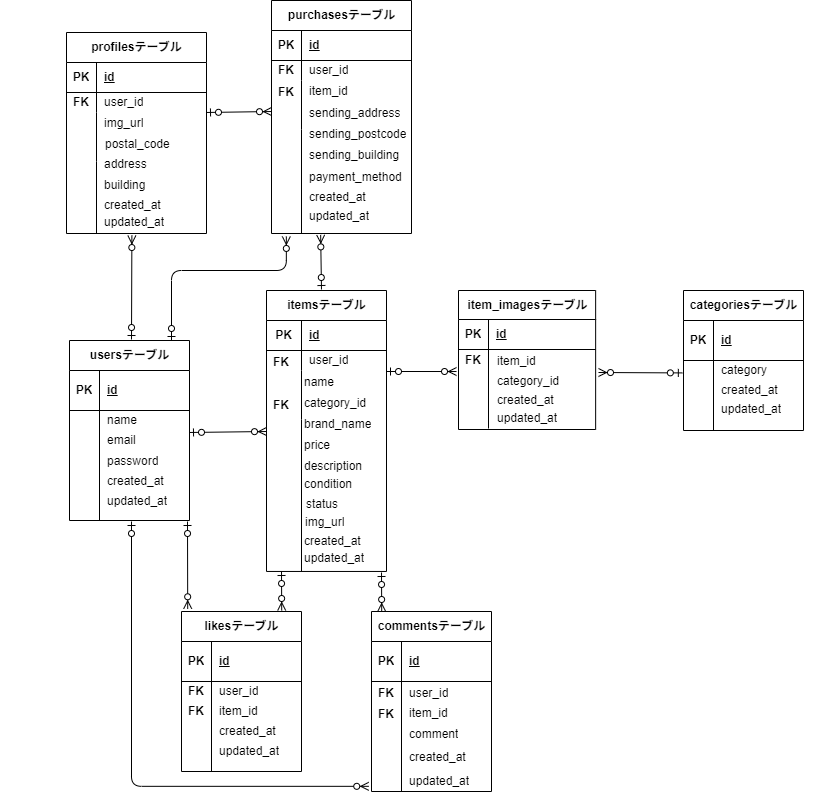
Above: er_mogi_frema_app.diagram.drawio.png in anna-1017/mogi-frema-app (draw.io), before the change. Source tidied: cells renumbered, new cells last; positions are measured from the earlier drawing's top-left corner, leaving out a move shared by most shapes.
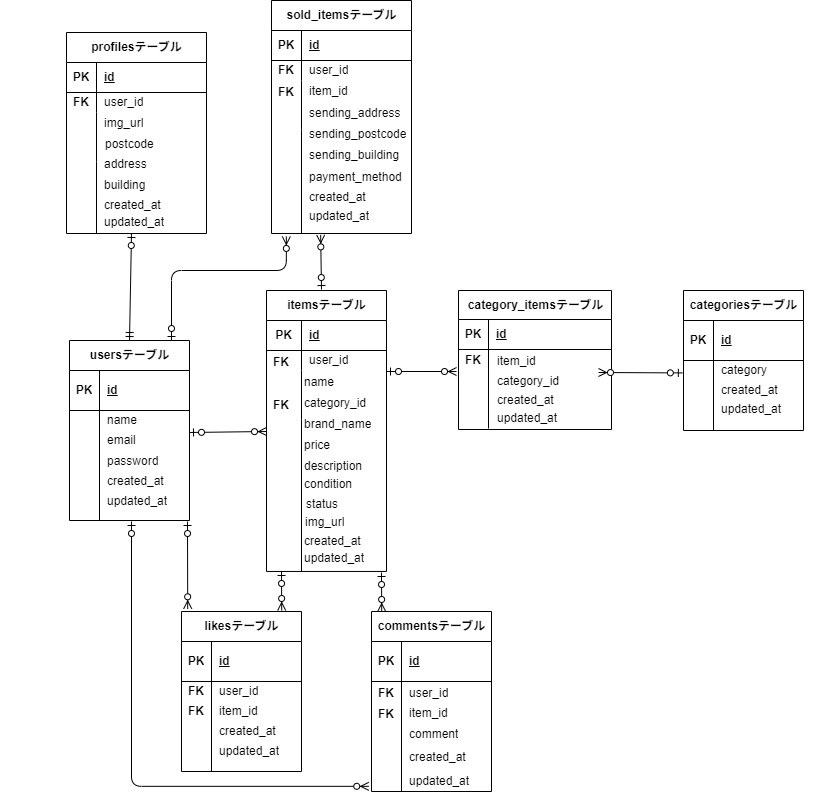
After the change.

Change to the diagram source:
```diff
@@ -170,12 +170,6 @@
         <mxPoint x="170" y="141" as="targetPoint" />
       </mxGeometry>
     </mxCell>
-    <mxCell id="56" style="fontSize=12;html=1;endArrow=ERzeroToMany;startArrow=ERzeroToOne;entryX=0.467;entryY=1.056;entryDx=0;entryDy=0;entryPerimeter=0;" parent="3" edge="1">
-      <mxGeometry relative="1" as="geometry">
-        <mxPoint x="35" y="49" as="sourcePoint" />
-        <mxPoint x="35.4" y="-55" as="targetPoint" />
-      </mxGeometry>
-    </mxCell>
     <mxCell id="57" style="fontSize=12;html=1;endArrow=ERzeroToMany;startArrow=ERzeroToOne;edgeStyle=elbowEdgeStyle;elbow=vertical;entryX=0.106;entryY=1.038;entryDx=0;entryDy=0;entryPerimeter=0;" parent="3" edge="1">
       <mxGeometry relative="1" as="geometry">
         <mxPoint x="75" y="50" as="sourcePoint" />
@@ -197,26 +191,26 @@
     <mxCell id="60" style="group;" parent="59" vertex="1">
       <mxGeometry x="-12" y="-11" width="137.1" height="139" as="geometry" />
     </mxCell>
-    <mxCell id="61" value="&lt;span style=&quot;color: rgb(0, 0, 0);&quot;&gt;item_imagesテーブル&lt;/span&gt;" style="shape=table;startSize=29;rowLines=0;fontStyle=1;align=center;html=1;" parent="60" vertex="1">
-      <mxGeometry width="137.1" height="139" as="geometry" />
+    <mxCell id="61" value="&lt;span style=&quot;color: rgb(0, 0, 0);&quot;&gt;category_itemsテーブル&lt;/span&gt;" style="shape=table;startSize=29;rowLines=0;fontStyle=1;align=center;html=1;" parent="60" vertex="1">
+      <mxGeometry width="153" height="139" as="geometry" />
     </mxCell>
     <mxCell id="62" style="shape=tableRow;horizontal=0;startSize=0;swimlaneHead=0;swimlaneBody=0;fillColor=none;top=0;left=0;right=0;bottom=1;" parent="61" vertex="1">
-      <mxGeometry y="29" width="137.1" height="30" as="geometry" />
+      <mxGeometry y="29" width="153" height="30" as="geometry" />
     </mxCell>
     <mxCell id="63" value="PK" style="shape=partialRectangle;fillColor=none;top=0;left=0;bottom=0;right=0;fontStyle=1;overflow=hidden;whiteSpace=wrap;html=1;" parent="62" vertex="1">
       <mxGeometry width="30" height="30" as="geometry" />
     </mxCell>
     <mxCell id="64" value="&lt;span style=&quot;color: rgb(0, 0, 0);&quot;&gt;id&lt;/span&gt;" style="shape=partialRectangle;fillColor=none;top=0;left=0;bottom=0;right=0;align=left;spacingLeft=6;fontStyle=5;overflow=hidden;whiteSpace=wrap;html=1;" parent="62" vertex="1">
-      <mxGeometry x="30" width="107.1" height="30" as="geometry" />
+      <mxGeometry x="30" width="123" height="30" as="geometry" />
     </mxCell>
     <mxCell id="65" style="shape=tableRow;horizontal=0;startSize=0;swimlaneHead=0;swimlaneBody=0;fillColor=none;top=0;left=0;right=0;bottom=0;" parent="61" vertex="1">
-      <mxGeometry y="59" width="137.1" height="79" as="geometry" />
+      <mxGeometry y="59" width="153" height="79" as="geometry" />
     </mxCell>
     <mxCell id="66" style="shape=partialRectangle;fillColor=none;top=0;left=0;bottom=0;right=0;overflow=hidden;whiteSpace=wrap;html=1;" parent="65" vertex="1">
       <mxGeometry width="30" height="79" as="geometry" />
     </mxCell>
     <mxCell id="67" value="&lt;span style=&quot;font-family: monospace; font-size: 0px; text-wrap-mode: nowrap;&quot;&gt;e&lt;/span&gt;" style="shape=partialRectangle;fillColor=none;top=0;left=0;bottom=0;right=0;align=left;spacingLeft=6;overflow=hidden;whiteSpace=wrap;html=1;" parent="65" vertex="1">
-      <mxGeometry x="30" width="107.1" height="79" as="geometry" />
+      <mxGeometry x="30" width="123" height="79" as="geometry" />
     </mxCell>
     <mxCell id="68" value="item_id" style="shape=partialRectangle;fillColor=none;top=0;left=0;bottom=0;right=0;align=left;spacingLeft=6;overflow=hidden;whiteSpace=wrap;html=1;" parent="60" vertex="1">
       <mxGeometry x="31.3" y="61" width="102.9" height="20" as="geometry" />
@@ -317,7 +311,7 @@
     <mxCell id="100" style="group;" parent="1" vertex="1">
       <mxGeometry x="271" width="140" height="233" as="geometry" />
     </mxCell>
-    <mxCell id="101" value="purchasesテーブル" style="shape=table;startSize=30;rowLines=0;fontStyle=1;align=center;html=1;" parent="100" vertex="1">
+    <mxCell id="101" value="sold_itemsテーブル" style="shape=table;startSize=30;rowLines=0;fontStyle=1;align=center;html=1;" parent="100" vertex="1">
       <mxGeometry width="140" height="233" as="geometry" />
     </mxCell>
     <mxCell id="102" style="shape=tableRow;horizontal=0;startSize=0;swimlaneHead=0;swimlaneBody=0;fillColor=none;top=0;left=0;right=0;bottom=1;" parent="101" vertex="1">
@@ -437,12 +431,11 @@
     <mxCell id="140" value="created_at" style="shape=partialRectangle;fillColor=none;top=0;left=0;bottom=0;right=0;align=left;spacingLeft=6;overflow=hidden;whiteSpace=wrap;html=1;" parent="122" vertex="1">
       <mxGeometry x="30" y="163" width="90" height="20" as="geometry" />
     </mxCell>
-    <mxCell id="141" style="fontSize=12;html=1;endArrow=ERzeroToMany;startArrow=ERzeroToOne;" parent="1" edge="1">
-      <mxGeometry relative="1" as="geometry">
-        <mxPoint x="206" y="112" as="sourcePoint" />
-        <mxPoint x="271" y="111" as="targetPoint" />
-      </mxGeometry>
-    </mxCell>
+    <mxCell id="162" style="fontSize=12;html=1;endArrow=ERzeroToOne;startArrow=ERmandOne;exitX=0.5;exitY=0;exitDx=0;exitDy=0;" parent="122" edge="1" source="8">
+      <mxGeometry relative="1" as="geometry">
+        <mxPoint x="65" y="201" as="targetPoint" />
+      </mxGeometry>
+    </mxCell>
     <mxCell id="142" style="fontSize=12;html=1;endArrow=ERzeroToMany;startArrow=ERzeroToOne;entryX=0.351;entryY=1.023;entryDx=0;entryDy=0;entryPerimeter=0;" parent="1" edge="1">
       <mxGeometry relative="1" as="geometry">
         <mxPoint x="321" y="289" as="sourcePoint" />
@@ -472,7 +465,7 @@
         <mxPoint x="381.2" y="611" as="targetPoint" />
       </mxGeometry>
     </mxCell>
-    <mxCell id="147" value="postal_code" style="shape=partialRectangle;fillColor=none;top=0;left=0;bottom=0;right=0;align=left;spacingLeft=6;overflow=hidden;whiteSpace=wrap;html=1;" parent="1" vertex="1">
+    <mxCell id="147" value="postcode" style="shape=partialRectangle;fillColor=none;top=0;left=0;bottom=0;right=0;align=left;spacingLeft=6;overflow=hidden;whiteSpace=wrap;html=1;" parent="1" vertex="1">
       <mxGeometry x="97" y="134" width="90" height="20" as="geometry" />
     </mxCell>
     <mxCell id="148" style="group;" parent="1" vertex="1">
```
